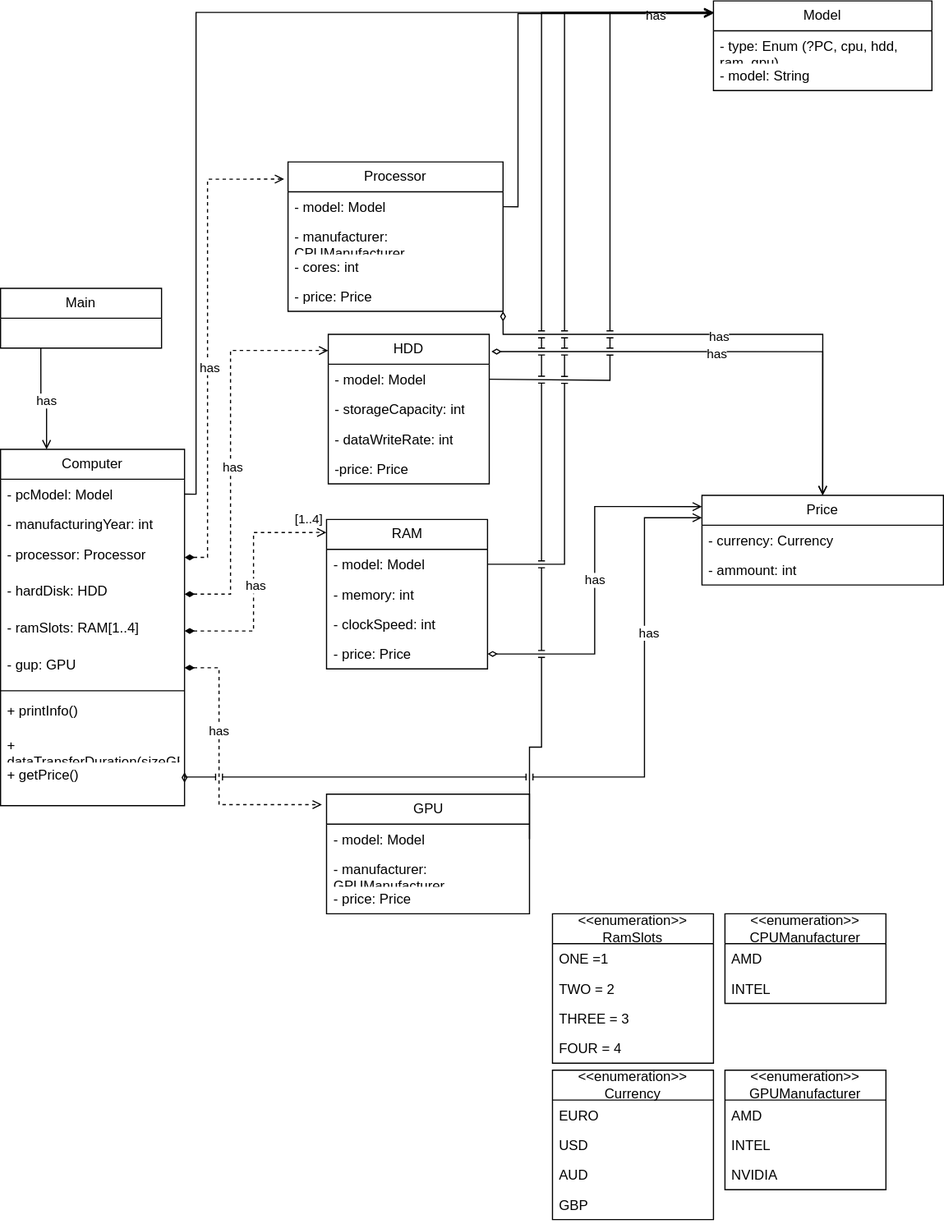
The draw.io diagram course_material/Computer-UML.drawio.svg in hornsbeef/PM_PS, before a commit. Source tidied: cells renumbered, new cells last; positions are measured from the earlier drawing's top-left corner, leaving out a move shared by most shapes.
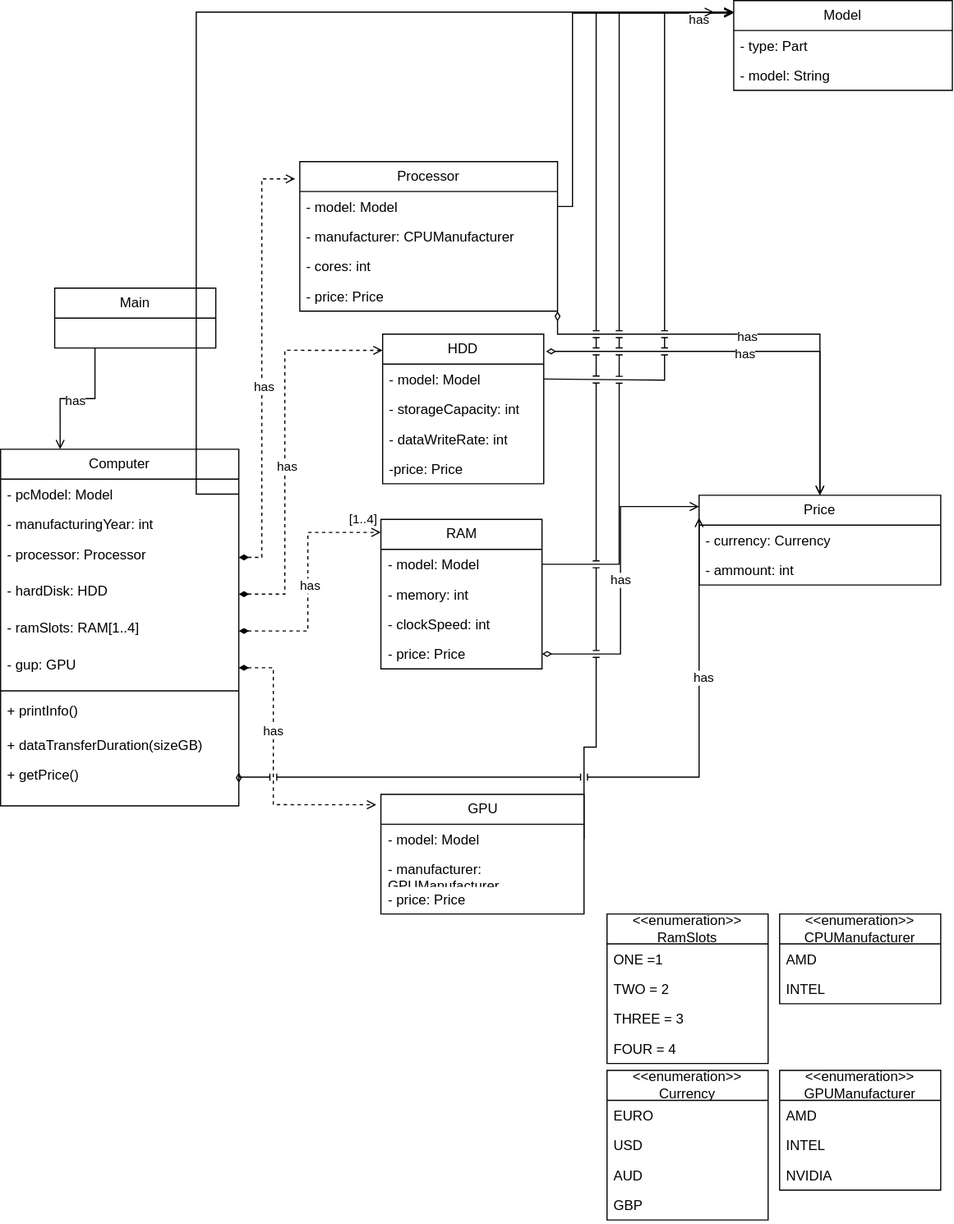
The same diagram one commit later.

Diff of the diagram source:
```diff
@@ -22,16 +22,16 @@
       </mxGeometry>
     </mxCell>
     <mxCell id="6" value="Model" style="swimlane;fontStyle=0;horizontal=1;startSize=26;fillColor=none;whiteSpace=wrap;html=1;" parent="1" vertex="1">
-      <mxGeometry x="620" width="190" height="78" as="geometry" />
+      <mxGeometry x="590.1" width="190" height="78" as="geometry" />
     </mxCell>
-    <mxCell id="7" value="- type: Enum (?PC, cpu, hdd, ram, gpu)" style="text;strokeColor=none;fillColor=none;align=left;verticalAlign=top;spacingLeft=4;spacingRight=4;overflow=hidden;whiteSpace=wrap;html=1;" parent="6" vertex="1">
+    <mxCell id="7" value="- type: Part" style="text;strokeColor=none;fillColor=none;align=left;verticalAlign=top;spacingLeft=4;spacingRight=4;overflow=hidden;whiteSpace=wrap;html=1;" parent="6" vertex="1">
       <mxGeometry y="26" width="190" height="26" as="geometry" />
     </mxCell>
     <mxCell id="8" value="- model: String" style="text;strokeColor=none;fillColor=none;align=left;verticalAlign=top;spacingLeft=4;spacingRight=4;overflow=hidden;whiteSpace=wrap;html=1;" parent="6" vertex="1">
       <mxGeometry y="52" width="190" height="26" as="geometry" />
     </mxCell>
     <mxCell id="9" value="Computer" style="swimlane;fontStyle=0;horizontal=1;startSize=26;fillColor=none;whiteSpace=wrap;html=1;swimlaneLine=1;rounded=0;swimlaneFillColor=none;" parent="1" vertex="1">
-      <mxGeometry y="390" width="160" height="310" as="geometry" />
+      <mxGeometry x="-47" y="390" width="207" height="310" as="geometry" />
     </mxCell>
     <mxCell id="10" style="edgeStyle=orthogonalEdgeStyle;rounded=0;jettySize=auto;html=1;exitX=1;exitY=0.5;exitDx=0;exitDy=0;endArrow=open;endFill=0;" parent="9" edge="1" source="11">
       <mxGeometry relative="1" as="geometry">
@@ -43,52 +43,52 @@
       </mxGeometry>
     </mxCell>
     <mxCell id="11" value="- pcModel: Model" style="text;strokeColor=none;fillColor=none;align=left;verticalAlign=top;spacingLeft=4;spacingRight=4;overflow=hidden;points=[[0,0.5],[1,0.5]];portConstraint=eastwest;whiteSpace=wrap;html=1;" parent="9" vertex="1">
-      <mxGeometry y="26" width="160" height="26" as="geometry" />
+      <mxGeometry y="26" width="207" height="26" as="geometry" />
     </mxCell>
     <mxCell id="12" value="&lt;div&gt;- manufacturingYear: int&lt;/div&gt;" style="text;strokeColor=none;fillColor=none;align=left;verticalAlign=top;spacingLeft=4;spacingRight=4;overflow=hidden;whiteSpace=wrap;html=1;" parent="9" vertex="1">
-      <mxGeometry y="52" width="160" height="26" as="geometry" />
+      <mxGeometry y="52" width="207" height="26" as="geometry" />
     </mxCell>
     <mxCell id="13" value="- processor: Processor" style="text;strokeColor=none;fillColor=none;align=left;verticalAlign=top;spacingLeft=4;spacingRight=4;overflow=hidden;points=[[0,0.5],[1,0.5]];portConstraint=eastwest;whiteSpace=wrap;html=1;" parent="9" vertex="1">
-      <mxGeometry y="78" width="160" height="32" as="geometry" />
+      <mxGeometry y="78" width="207" height="32" as="geometry" />
     </mxCell>
     <mxCell id="14" value="- hardDisk: HDD" style="text;strokeColor=none;fillColor=none;align=left;verticalAlign=top;spacingLeft=4;spacingRight=4;overflow=hidden;points=[[0,0.5],[1,0.5]];portConstraint=eastwest;whiteSpace=wrap;html=1;" parent="9" vertex="1">
-      <mxGeometry y="110" width="160" height="32" as="geometry" />
+      <mxGeometry y="110" width="207" height="32" as="geometry" />
     </mxCell>
     <mxCell id="15" value="- ramSlots: RAM[1..4]" style="text;strokeColor=none;fillColor=none;align=left;verticalAlign=top;spacingLeft=4;spacingRight=4;overflow=hidden;points=[[0,0.5],[1,0.5]];portConstraint=eastwest;whiteSpace=wrap;html=1;" parent="9" vertex="1">
-      <mxGeometry y="142" width="160" height="32" as="geometry" />
+      <mxGeometry y="142" width="207" height="32" as="geometry" />
     </mxCell>
     <mxCell id="16" value="- gup: GPU" style="text;strokeColor=none;fillColor=none;align=left;verticalAlign=top;spacingLeft=4;spacingRight=4;overflow=hidden;points=[[0,0.5],[1,0.5]];portConstraint=eastwest;whiteSpace=wrap;html=1;" parent="9" vertex="1">
-      <mxGeometry y="174" width="160" height="32" as="geometry" />
+      <mxGeometry y="174" width="207" height="32" as="geometry" />
     </mxCell>
     <mxCell id="17" style="line;strokeWidth=1;fillColor=none;align=left;verticalAlign=middle;spacingTop=-1;spacingLeft=3;spacingRight=3;labelPosition=right;strokeColor=inherit;" parent="9" vertex="1">
-      <mxGeometry y="206" width="160" height="8" as="geometry" />
+      <mxGeometry y="206" width="207" height="8" as="geometry" />
     </mxCell>
     <mxCell id="18" value="+ printInfo()" style="text;strokeColor=none;fillColor=none;align=left;verticalAlign=top;spacingLeft=4;spacingRight=4;overflow=hidden;whiteSpace=wrap;html=1;" parent="9" vertex="1">
-      <mxGeometry y="214" width="160" height="30" as="geometry" />
+      <mxGeometry y="214" width="207" height="30" as="geometry" />
     </mxCell>
     <mxCell id="19" value="+ dataTransferDuration(sizeGB)" style="text;strokeColor=none;fillColor=none;align=left;verticalAlign=top;spacingLeft=4;spacingRight=4;overflow=hidden;whiteSpace=wrap;html=1;" parent="9" vertex="1">
-      <mxGeometry y="244" width="160" height="26" as="geometry" />
+      <mxGeometry y="244" width="207" height="26" as="geometry" />
     </mxCell>
     <mxCell id="20" value="+ getPrice()" style="text;strokeColor=none;fillColor=none;align=left;verticalAlign=top;spacingLeft=4;spacingRight=4;overflow=hidden;points=[[0,0.5],[1,0.5]];portConstraint=eastwest;whiteSpace=wrap;html=1;" parent="9" vertex="1">
-      <mxGeometry y="270" width="160" height="40" as="geometry" />
+      <mxGeometry y="270" width="207" height="40" as="geometry" />
     </mxCell>
     <mxCell id="21" value="Processor" style="swimlane;fontStyle=0;horizontal=1;startSize=26;fillColor=none;whiteSpace=wrap;html=1;" parent="1" vertex="1">
-      <mxGeometry x="250" y="140" width="187" height="130" as="geometry" />
+      <mxGeometry x="213" y="140" width="224" height="130" as="geometry" />
     </mxCell>
     <mxCell id="22" value="- model: Model" style="text;strokeColor=none;fillColor=none;align=left;verticalAlign=top;spacingLeft=4;spacingRight=4;overflow=hidden;points=[[0,0.5],[1,0.5]];portConstraint=eastwest;whiteSpace=wrap;html=1;" parent="21" vertex="1">
-      <mxGeometry y="26" width="187" height="26" as="geometry" />
+      <mxGeometry y="26" width="224" height="26" as="geometry" />
     </mxCell>
     <mxCell id="23" value="&lt;div&gt;- manufacturer: CPUManufacturer&lt;br&gt;&lt;/div&gt;" style="text;strokeColor=none;fillColor=none;align=left;verticalAlign=top;spacingLeft=4;spacingRight=4;overflow=hidden;whiteSpace=wrap;html=1;" parent="21" vertex="1">
-      <mxGeometry y="52" width="187" height="26" as="geometry" />
+      <mxGeometry y="52" width="224" height="26" as="geometry" />
     </mxCell>
     <mxCell id="24" value="&lt;div&gt;- cores: int&lt;/div&gt;" style="text;strokeColor=none;fillColor=none;align=left;verticalAlign=top;spacingLeft=4;spacingRight=4;overflow=hidden;whiteSpace=wrap;html=1;" parent="21" vertex="1">
-      <mxGeometry y="78" width="187" height="26" as="geometry" />
+      <mxGeometry y="78" width="224" height="26" as="geometry" />
     </mxCell>
     <mxCell id="25" value="&lt;div&gt;- price: Price&lt;/div&gt;" style="text;strokeColor=none;fillColor=none;align=left;verticalAlign=top;spacingLeft=4;spacingRight=4;overflow=hidden;whiteSpace=wrap;html=1;" parent="21" vertex="1">
-      <mxGeometry y="104" width="187" height="26" as="geometry" />
+      <mxGeometry y="104" width="224" height="26" as="geometry" />
     </mxCell>
     <mxCell id="26" value="Price" style="swimlane;fontStyle=0;horizontal=1;startSize=26;fillColor=none;whiteSpace=wrap;html=1;" parent="1" vertex="1">
-      <mxGeometry x="610" y="430" width="210" height="78" as="geometry" />
+      <mxGeometry x="560" y="430" width="210" height="78" as="geometry" />
     </mxCell>
     <mxCell id="27" value="- currency: Currency" style="text;strokeColor=none;fillColor=none;align=left;verticalAlign=top;spacingLeft=4;spacingRight=4;overflow=hidden;whiteSpace=wrap;html=1;" parent="26" vertex="1">
       <mxGeometry y="26" width="210" height="26" as="geometry" />
@@ -112,7 +112,7 @@
         <mxPoint x="437" y="270" as="sourcePoint" />
         <Array as="points">
           <mxPoint x="437" y="290" />
-          <mxPoint x="715" y="290" />
+          <mxPoint x="665" y="290" />
         </Array>
       </mxGeometry>
     </mxCell>
@@ -146,7 +146,7 @@
     </mxCell>
     <mxCell id="40" style="edgeStyle=orthogonalEdgeStyle;rounded=0;jettySize=auto;html=1;exitX=1;exitY=0.5;exitDx=0;exitDy=0;endArrow=open;endFill=0;jumpStyle=line;" parent="35" edge="1" source="36">
       <mxGeometry relative="1" as="geometry">
-        <mxPoint x="335" y="-280" as="targetPoint" />
+        <mxPoint x="305" y="-280" as="targetPoint" />
         <Array as="points">
           <mxPoint x="245" y="40" />
           <mxPoint x="245" y="-280" />
@@ -175,7 +175,7 @@
     </mxCell>
     <mxCell id="46" style="edgeStyle=orthogonalEdgeStyle;rounded=0;jettySize=auto;html=1;exitX=1;exitY=0.5;exitDx=0;exitDy=0;endArrow=open;endFill=0;jumpStyle=line;" parent="43" edge="1" source="44">
       <mxGeometry relative="1" as="geometry">
-        <mxPoint x="336.5" y="-441" as="targetPoint" />
+        <mxPoint x="306.5" y="-441" as="targetPoint" />
         <Array as="points">
           <mxPoint x="207" y="39" />
           <mxPoint x="207" y="-441" />
@@ -190,7 +190,7 @@
     </mxCell>
     <mxCell id="49" style="edgeStyle=orthogonalEdgeStyle;rounded=0;jettySize=auto;html=1;exitX=1;exitY=0.5;exitDx=0;exitDy=0;endArrow=open;endFill=0;jumpStyle=line;" parent="43" edge="1" source="54">
       <mxGeometry relative="1" as="geometry">
-        <mxPoint x="336.5" y="-441" as="targetPoint" />
+        <mxPoint x="306.5" y="-441" as="targetPoint" />
         <Array as="points">
           <mxPoint x="187" y="198" />
           <mxPoint x="187" y="-441" />
```
